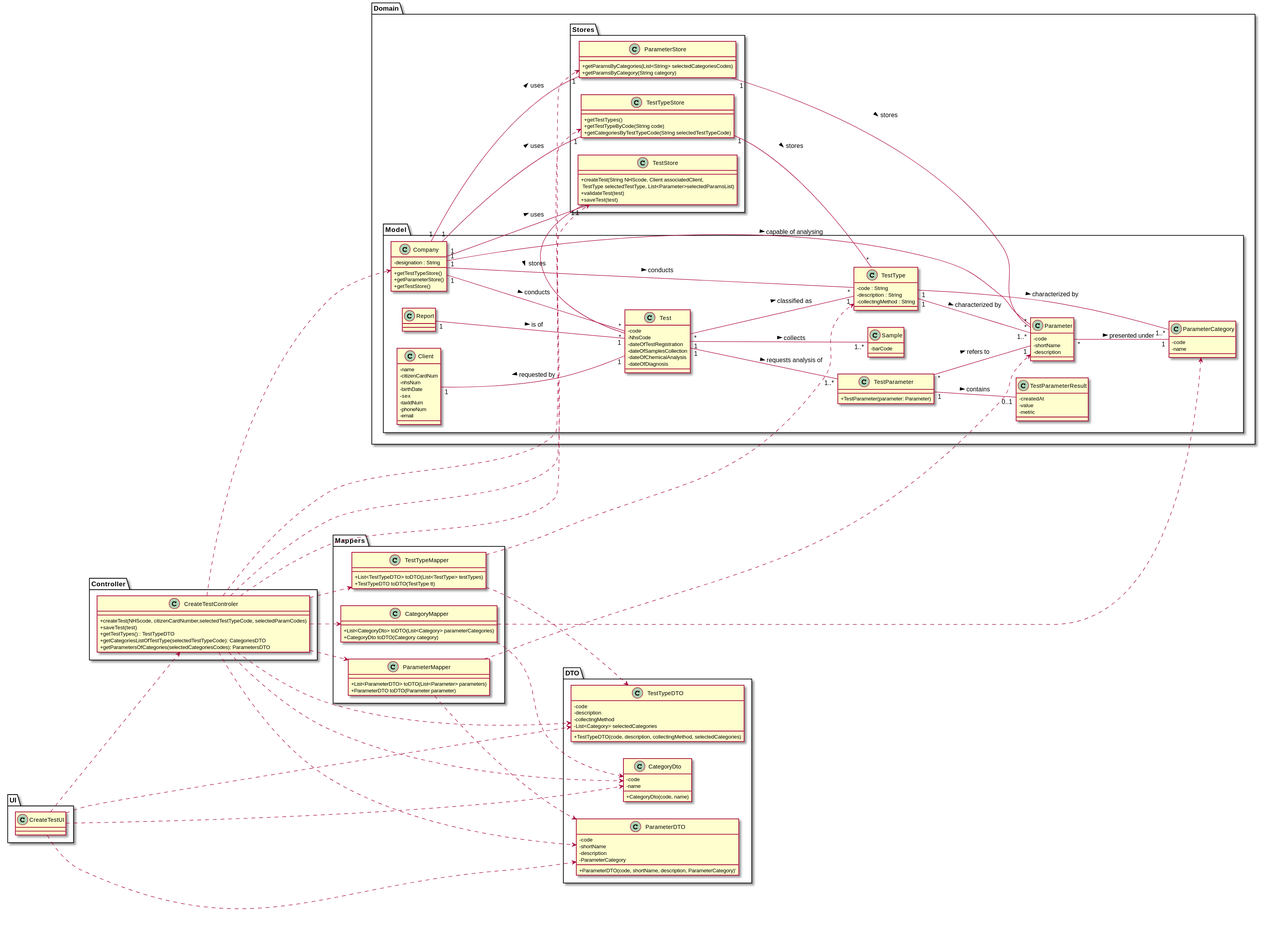
Before: docs/SprintC/US_4/US4_CD.svg, a diagram exported from PlantUML (ana-albergaria/LAPR2-ISEP).
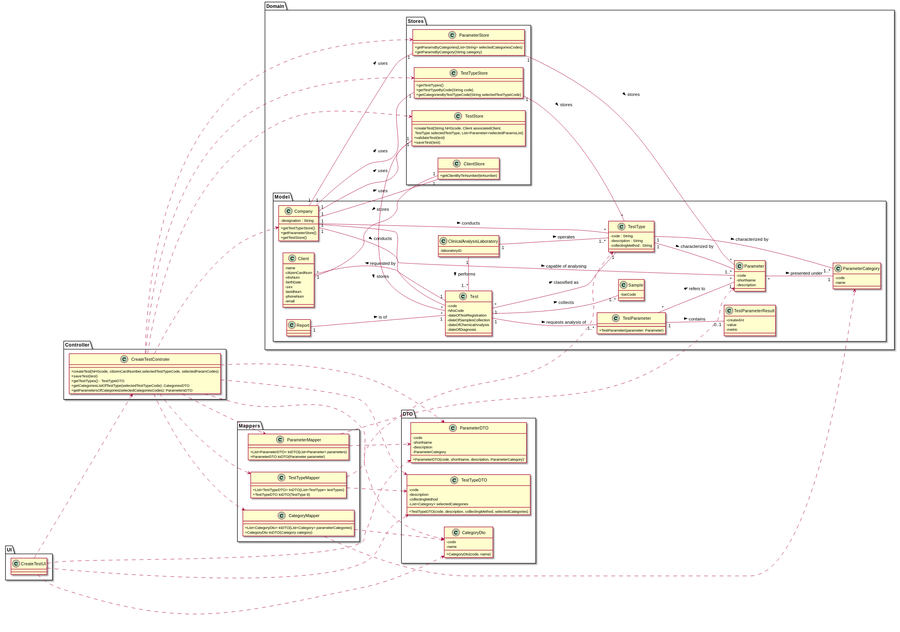
Later version of the same file.

The edit, as a diff of the source:
```diff
@@ -12,6 +12,11 @@
 package Domain <<Folder>> {
     package Model <<Folder>> {
         class Report{}
+
+        class ClinicalAnalysisLaboratory{
+        - laboratoryID
+        }
+
         class TestParameter{
             +TestParameter(parameter: Parameter)
         }
@@ -80,6 +85,11 @@
                +getCategoriesByTestTypeCode(String selectedTestTypeCode)
             }
 
+    class ClientStore {
+       +getClientByTinNumber(tinNumber)
+    }
+
+
         class TestStore {
             +createTest(String NHScode, Client associatedClient,\n TestType selectedTestType, List<Parameter>selectedParamsList)
             +validateTest(test)
@@ -141,6 +151,8 @@
 }
 
 Client -[hidden]-|> Test
+CreateTestControler -[hidden]-|> Test
+ClinicalAnalysisLaboratory -[hidden]-|> Test
 
 CreateTestUI ..> CreateTestControler
 CreateTestUI ..> CategoryDto
@@ -163,11 +175,13 @@
 CreateTestControler ..> TestTypeStore
 CreateTestControler ..> TestStore
 TestTypeStore "1" -- "*" TestType : stores >
+ClientStore "1" -- "*" Client : stores >
 TestStore "1" -- "*" Test : stores >
 ParameterStore "1" -- "*" Parameter : stores >
 Company "1" -- "1" ParameterStore : uses >
 Company "1" -- "1" TestTypeStore : uses >
 Company "1" -- "1" TestStore : uses >
+Company "1" -- "1" ClientStore : uses >
 TestType "1" -- "1..*" Parameter : characterized by >
 Company "1" -- "*" TestType : conducts >
 Company "1" -- "*" Test : conducts >
@@ -181,5 +195,7 @@
 Parameter "*" -- "1" ParameterCategory: presented under >
 TestType "1" -- "1..*" ParameterCategory : characterized by >
 Report "1" -- "1" Test : is of >
+ClinicalAnalysisLaboratory "1" - "1..*" TestType : operates >
+ClinicalAnalysisLaboratory "1" - "1..*" Test : performs >
 
 @enduml
```
